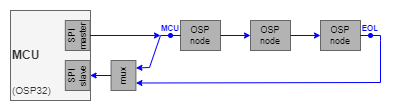
Earlier version of the draw.io export extras/dirosp32.drawio.png (ams-OSRAM/OSP_aospi). Source tidied: cells renumbered, new cells last; positions are measured from the earlier drawing's top-left corner, leaving out a move shared by most shapes.
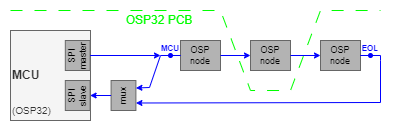
The same file after the commit.

Diff of the diagram source:
```diff
@@ -73,5 +73,20 @@
     <mxCell id="19" value="MCU" style="text;html=1;align=center;verticalAlign=middle;whiteSpace=wrap;rounded=0;fontSize=8;fontStyle=1;fontColor=#0000FF;" parent="1" vertex="1">
       <mxGeometry x="150" y="10" width="20" height="16" as="geometry" />
     </mxCell>
+    <mxCell id="20" style="endArrow=none;html=1;rounded=0;dashed=1;dashPattern=12 12;strokeColor=#00FF00;" parent="1" edge="1">
+      <mxGeometry relative="1" as="geometry">
+        <mxPoint y="-20" as="sourcePoint" />
+        <mxPoint x="370" y="-20" as="targetPoint" />
+        <Array as="points">
+          <mxPoint x="210" y="-20" />
+          <mxPoint x="240" y="60" />
+          <mxPoint x="280" y="60" />
+          <mxPoint x="310" y="-20" />
+        </Array>
+      </mxGeometry>
+    </mxCell>
+    <mxCell id="21" value="OSP32 PCB" style="text;html=1;align=center;verticalAlign=middle;whiteSpace=wrap;rounded=0;fontColor=#00FF00;" parent="1" vertex="1">
+      <mxGeometry x="98" y="-20" width="102" height="20" as="geometry" />
+    </mxCell>
   </root>
 </mxGraphModel>
```
